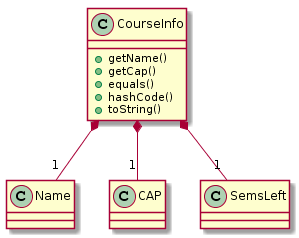
Before: images/developer-guide/CourseInfoClassDiagram.png, a diagram exported from PlantUML (AY1920S2-CS2103T-F09-3/main). Source of this version:
```plantuml
@startuml
class CourseInfo {
    +getName()
    +getCap()
    +equals()
    +hashCode()
    +toString()
}
class Name {}

CourseInfo *-- "1" Name
CourseInfo *-- "1" CAP
CourseInfo *-- "1" SemsLeft
@enduml
```
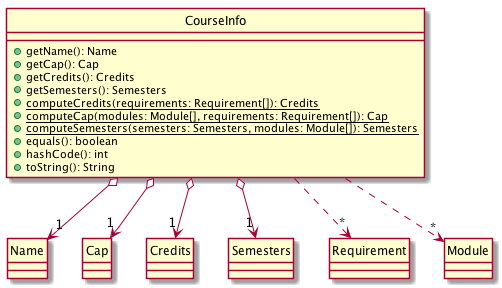
Later version of the same file.

Diff of the diagram source:
```diff
@@ -1,14 +1,24 @@
 @startuml
+hide circle
 class CourseInfo {
-    +getName()
-    +getCap()
-    +equals()
-    +hashCode()
-    +toString()
+    +getName(): Name
+    +getCap(): Cap
+    +getCredits(): Credits
+    +getSemesters(): Semesters
+    +{static} computeCredits(requirements: Requirement[]): Credits
+    +{static} computeCap(modules: Module[], requirements: Requirement[]): Cap
+    +{static} computeSemesters(semesters: Semesters, modules: Module[]): Semesters
+    +equals(): boolean
+    +hashCode(): int
+    +toString(): String
 }
 class Name {}
 
-CourseInfo *-- "1" Name
-CourseInfo *-- "1" CAP
-CourseInfo *-- "1" SemsLeft
+CourseInfo o--> "1" Name
+CourseInfo o--> "1" Cap
+CourseInfo o--> "1" Credits
+CourseInfo o--> "1" Semesters
+CourseInfo ..> "*" Requirement
+CourseInfo ..> "*" Module
+
 @enduml
```
